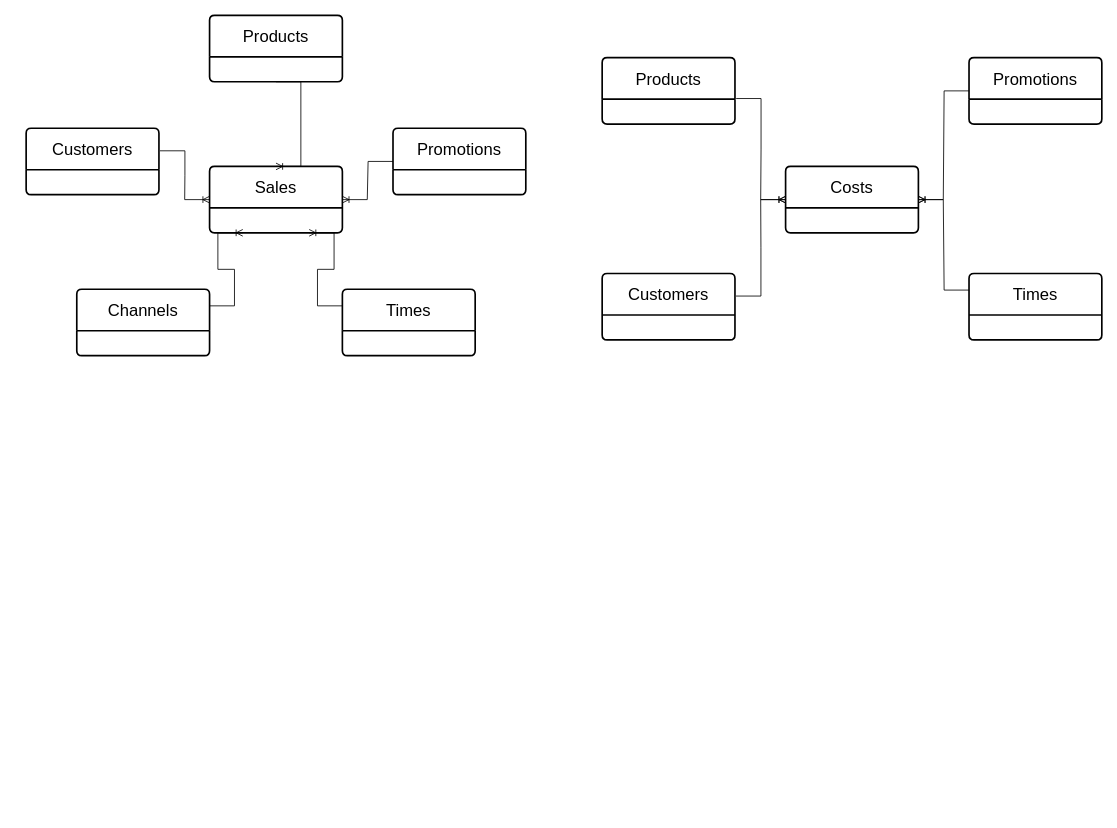
Earlier version of the draw.io diagram SalesHistoryStarSnowflake.drawio (GiorgiEz/DB-modeling). Source tidied: cells renumbered, new cells numbered last; positions are measured from the earlier drawing's top-left corner, leaving out a move shared by most shapes. Both pictures are drawn from the tidied source at 83%, with x=0, y=0 at pixel (26, 15).
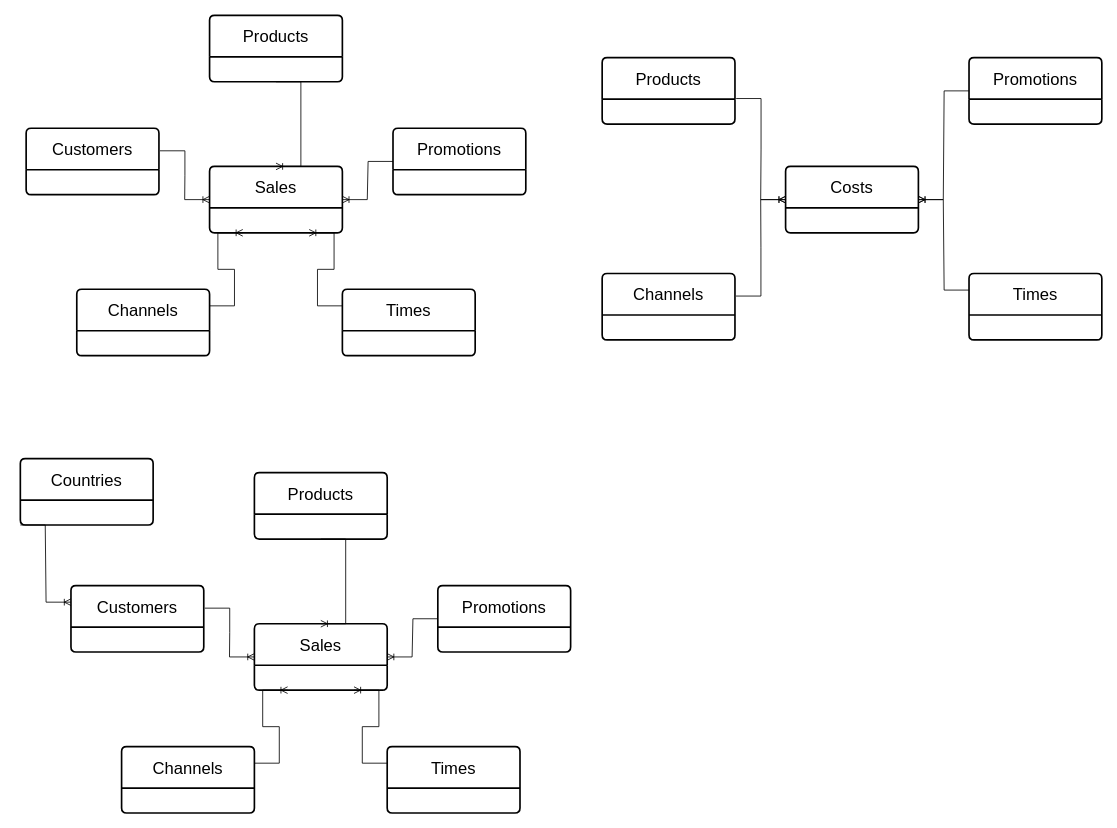
After the change.

What changed in the source:
```diff
@@
-    <mxCell id="14" value="&lt;font style=&quot;font-size: 20px;&quot;&gt;Customers&lt;/font&gt;" style="swimlane;horizontal=1;startSize=50;rounded=1;fontSize=14;fontStyle=0;strokeWidth=2;shadow=0;dashed=0;align=center;arcSize=4;whiteSpace=wrap;html=1;" parent="1" vertex="1">
+    <mxCell id="14" value="&lt;font style=&quot;font-size: 20px;&quot;&gt;Channels&lt;/font&gt;" style="swimlane;horizontal=1;startSize=50;rounded=1;fontSize=14;fontStyle=0;strokeWidth=2;shadow=0;dashed=0;align=center;arcSize=4;whiteSpace=wrap;html=1;" parent="1" vertex="1">
       <mxGeometry x="694" y="311" width="160" height="80" as="geometry" />
     </mxCell>
@@
+    <mxCell id="22" value="&lt;font style=&quot;font-size: 20px;&quot;&gt;Sales&lt;/font&gt;" style="swimlane;horizontal=1;startSize=50;rounded=1;fontSize=14;fontStyle=0;strokeWidth=2;shadow=0;dashed=0;align=center;arcSize=4;whiteSpace=wrap;html=1;" parent="1" vertex="1">
+      <mxGeometry x="275" y="733" width="160" height="80" as="geometry" />
+    </mxCell>
+    <mxCell id="23" value="&lt;font style=&quot;font-size: 20px;&quot;&gt;Customers&lt;/font&gt;" style="swimlane;horizontal=1;startSize=50;rounded=1;fontSize=14;fontStyle=0;strokeWidth=2;shadow=0;dashed=0;align=center;arcSize=4;whiteSpace=wrap;html=1;" parent="1" vertex="1">
+      <mxGeometry x="54" y="687" width="160" height="80" as="geometry" />
+    </mxCell>
+    <mxCell id="24" value="&lt;font style=&quot;font-size: 20px;&quot;&gt;Channels&lt;/font&gt;" style="swimlane;horizontal=1;startSize=50;rounded=1;fontSize=14;fontStyle=0;strokeWidth=2;shadow=0;dashed=0;align=center;arcSize=4;whiteSpace=wrap;html=1;" parent="1" vertex="1">
+      <mxGeometry x="115" y="881" width="160" height="80" as="geometry" />
+    </mxCell>
+    <mxCell id="25" value="&lt;font style=&quot;font-size: 20px;&quot;&gt;Products&lt;/font&gt;" style="swimlane;horizontal=1;startSize=50;rounded=1;fontSize=14;fontStyle=0;strokeWidth=2;shadow=0;dashed=0;align=center;arcSize=4;whiteSpace=wrap;html=1;" parent="1" vertex="1">
+      <mxGeometry x="275" y="551" width="160" height="80" as="geometry" />
+    </mxCell>
+    <mxCell id="26" value="&lt;font style=&quot;font-size: 20px;&quot;&gt;Promotions&lt;/font&gt;" style="swimlane;horizontal=1;startSize=50;rounded=1;fontSize=14;fontStyle=0;strokeWidth=2;shadow=0;dashed=0;align=center;arcSize=4;whiteSpace=wrap;html=1;" parent="1" vertex="1">
+      <mxGeometry x="496" y="687" width="160" height="80" as="geometry" />
+    </mxCell>
+    <mxCell id="27" value="&lt;font style=&quot;font-size: 20px;&quot;&gt;Times&lt;/font&gt;" style="swimlane;horizontal=1;startSize=50;rounded=1;fontSize=14;fontStyle=0;strokeWidth=2;shadow=0;dashed=0;align=center;arcSize=4;whiteSpace=wrap;html=1;" parent="1" vertex="1">
+      <mxGeometry x="435" y="881" width="160" height="80" as="geometry" />
+    </mxCell>
+    <mxCell id="28" style="edgeStyle=entityRelationEdgeStyle;fontSize=12;html=1;endArrow=ERoneToMany;rounded=0;exitX=1;exitY=0.25;exitDx=0;exitDy=0;entryX=0.25;entryY=1;entryDx=0;entryDy=0;" parent="1" edge="1" source="24" target="22">
+      <mxGeometry relative="1" as="geometry" />
+    </mxCell>
+    <mxCell id="29" style="edgeStyle=entityRelationEdgeStyle;fontSize=12;html=1;endArrow=ERoneToMany;rounded=0;exitX=1.008;exitY=0.34;exitDx=0;exitDy=0;exitPerimeter=0;entryX=0;entryY=0.5;entryDx=0;entryDy=0;" parent="1" edge="1" source="23" target="22">
+      <mxGeometry relative="1" as="geometry" />
+    </mxCell>
+    <mxCell id="30" style="edgeStyle=entityRelationEdgeStyle;fontSize=12;html=1;endArrow=ERoneToMany;rounded=0;exitX=0;exitY=0.5;exitDx=0;exitDy=0;" parent="1" edge="1" source="26" target="22">
+      <mxGeometry relative="1" as="geometry" />
+    </mxCell>
+    <mxCell id="31" style="edgeStyle=entityRelationEdgeStyle;fontSize=12;html=1;endArrow=ERoneToMany;rounded=0;exitX=0;exitY=0.25;exitDx=0;exitDy=0;entryX=0.75;entryY=1;entryDx=0;entryDy=0;" parent="1" edge="1" source="27" target="22">
+      <mxGeometry relative="1" as="geometry" />
+    </mxCell>
+    <mxCell id="32" style="edgeStyle=entityRelationEdgeStyle;fontSize=12;html=1;endArrow=ERoneToMany;rounded=0;exitX=0.5;exitY=1;exitDx=0;exitDy=0;entryX=0.5;entryY=0;entryDx=0;entryDy=0;" parent="1" edge="1" source="25" target="22">
+      <mxGeometry relative="1" as="geometry">
+        <Array as="points">
+          <mxPoint x="359" y="662" />
+        </Array>
+      </mxGeometry>
+    </mxCell>
+    <mxCell id="33" value="&lt;font style=&quot;font-size: 20px;&quot;&gt;Countries&lt;/font&gt;" style="swimlane;horizontal=1;startSize=50;rounded=1;fontSize=14;fontStyle=0;strokeWidth=2;shadow=0;dashed=0;align=center;arcSize=4;whiteSpace=wrap;html=1;" parent="1" vertex="1">
+      <mxGeometry x="-7" y="534" width="160" height="80" as="geometry" />
+    </mxCell>
+    <mxCell id="34" style="edgeStyle=entityRelationEdgeStyle;fontSize=12;html=1;endArrow=ERoneToMany;rounded=0;exitX=0;exitY=1;exitDx=0;exitDy=0;entryX=0;entryY=0.25;entryDx=0;entryDy=0;" parent="1" edge="1" source="33" target="23">
+      <mxGeometry relative="1" as="geometry" />
+    </mxCell>
```
